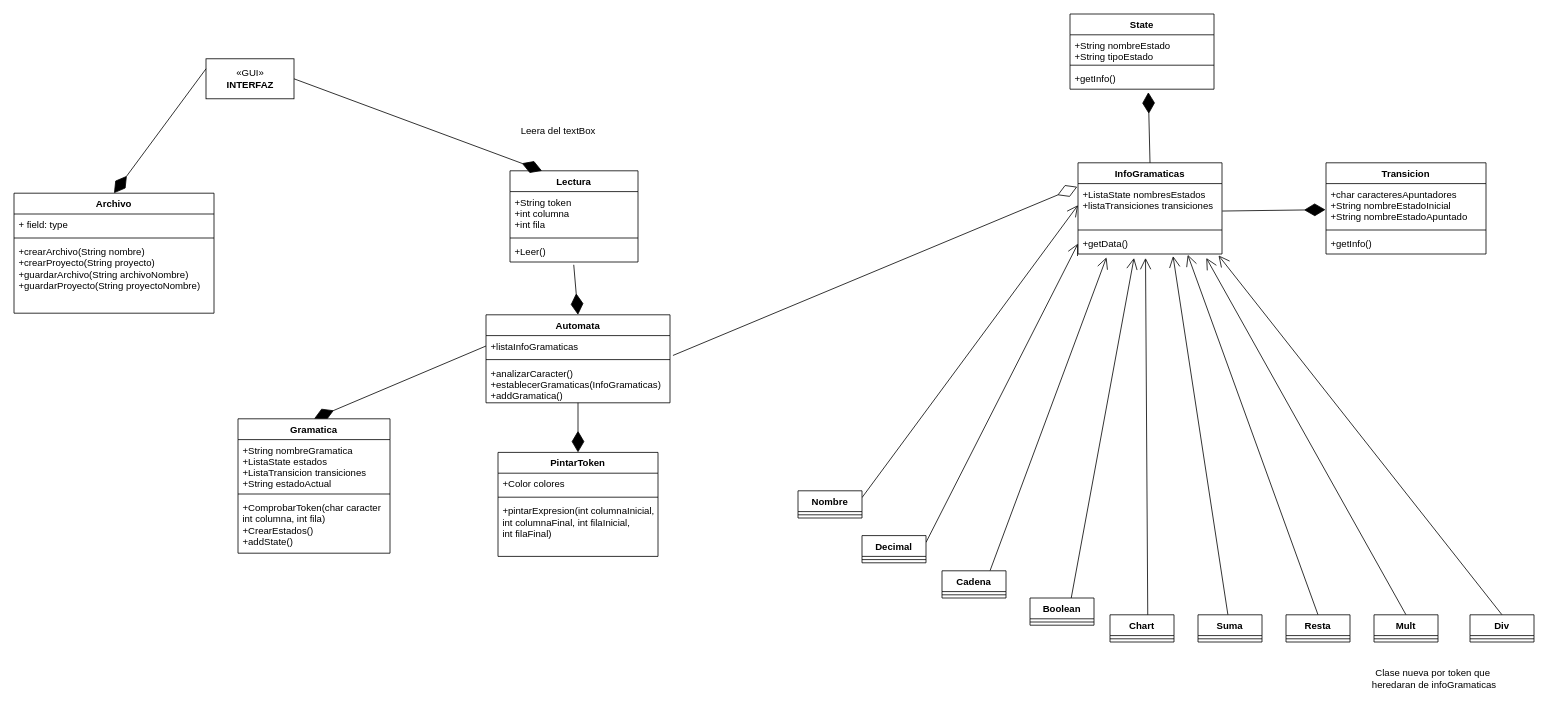
Earlier version of the draw.io diagram Diagrama_de_Clases.drawio (Camran1234/Projecto1_Lenguajes_Analizador_Lexico). Source tidied: cells renumbered, new cells numbered last; positions are measured from the earlier drawing's top-left corner, leaving out a move shared by most shapes. Both pictures are drawn from the tidied source at 80%, with x=0, y=0 at pixel (14, 14).
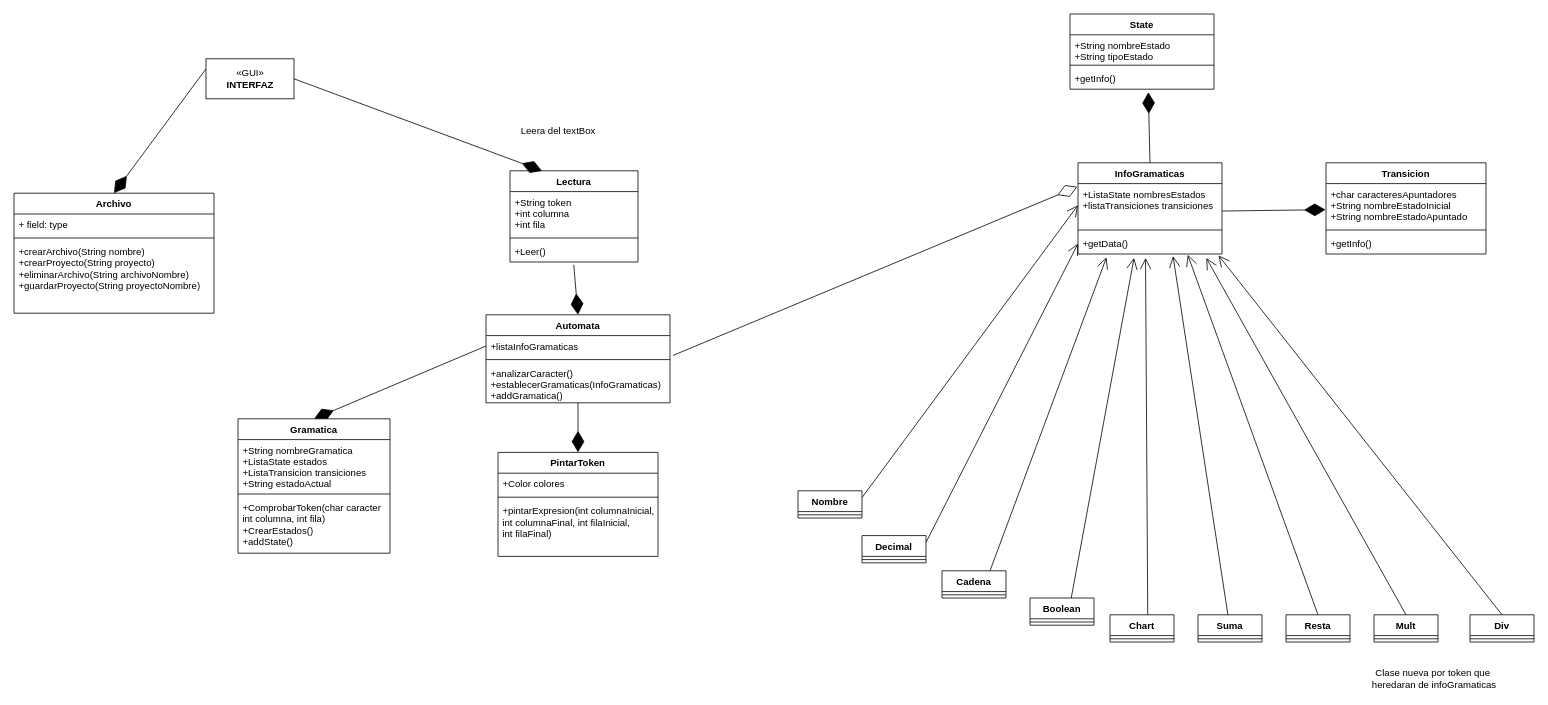
The same page after the edit.

The change refers to these unchanged cells:
```xml
<mxCell id="68" value="Archivo" style="swimlane;fontStyle=1;align=center;verticalAlign=top;horizontal=1;startSize=26;" parent="1" vertex="1">
  <mxGeometry y="224" width="250" height="150" as="geometry" />
</mxCell>
```

Change to the diagram source:
```diff
@@
-    <mxCell id="71" value="+crearArchivo(String nombre)&#10;+crearProyecto(String proyecto)&#10;+guardarArchivo(String archivoNombre)&#10;+guardarProyecto(String proyectoNombre)&#10;" style="text;strokeColor=none;fillColor=none;align=left;verticalAlign=top;spacingLeft=4;spacingRight=4;overflow=hidden;" parent="68" vertex="1">
+    <mxCell id="71" value="+crearArchivo(String nombre)&#10;+crearProyecto(String proyecto)&#10;+eliminarArchivo(String archivoNombre)&#10;+guardarProyecto(String proyectoNombre)&#10;" style="text;strokeColor=none;fillColor=none;align=left;verticalAlign=top;spacingLeft=4;spacingRight=4;overflow=hidden;" parent="68" vertex="1">
       <mxGeometry y="60" width="250" height="90" as="geometry" />
     </mxCell>
```
